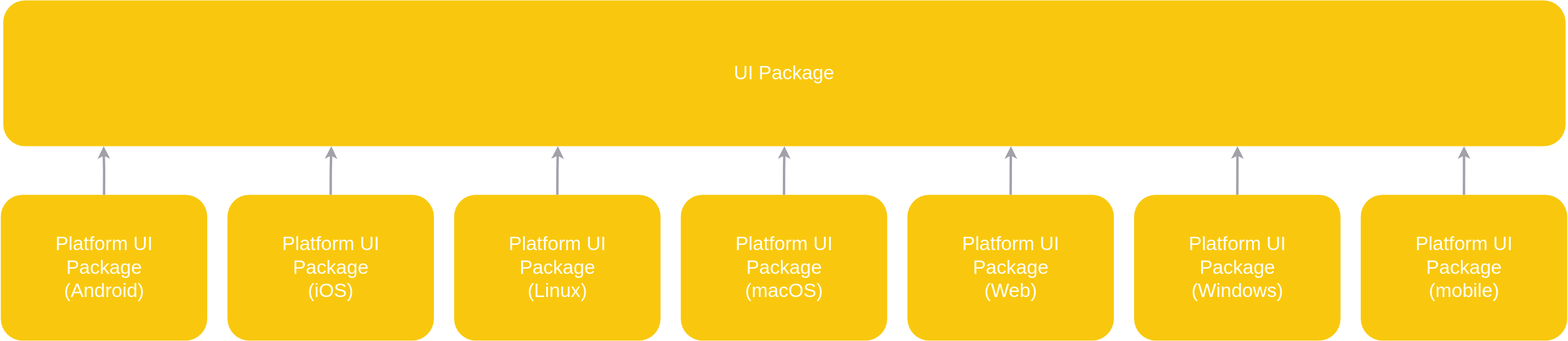
jtdLab/rapid keeps this draw.io diagram as docs/assets/ui_module_overview.svg. Above is the earlier version. Source tidied: cells renumbered, new cells last; positions are measured from the earlier drawing's top-left corner, leaving out a move shared by most shapes.
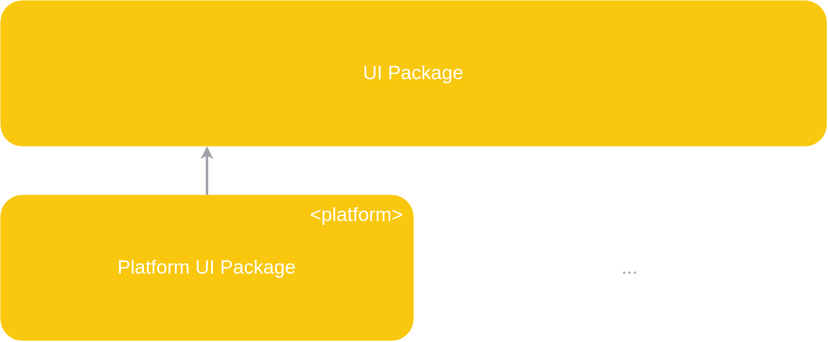
The same file after the commit.

The edit, as a diff of the source:
```diff
@@ -2,103 +2,32 @@
   <root>
     <mxCell id="0" />
     <mxCell id="1" parent="0" />
-    <mxCell id="2" style="group;" parent="1" vertex="1">
-      <mxGeometry width="1935" height="420" as="geometry" />
-    </mxCell>
-    <mxCell id="3" style="group;" parent="2" vertex="1">
-      <mxGeometry x="3" width="1930" height="180" as="geometry" />
-    </mxCell>
-    <mxCell id="4" style="rounded=1;whiteSpace=wrap;html=1;fillColor=#F9C80E;strokeColor=none;" parent="3" vertex="1">
-      <mxGeometry width="1930" height="180" as="geometry" />
-    </mxCell>
+    <mxCell id="34" style="group;" parent="1" vertex="1">
+      <mxGeometry x="43" y="580" width="1020" height="180" as="geometry" />
+    </mxCell>
+    <mxCell id="35" style="rounded=1;whiteSpace=wrap;html=1;fillColor=#F9C80E;strokeColor=none;" parent="34" vertex="1">
+      <mxGeometry width="1020" height="180" as="geometry" />
+    </mxCell>
-    <mxCell id="5" value="&lt;font color=&quot;#ffffff&quot; style=&quot;font-size: 24px;&quot;&gt;UI Package&lt;/font&gt;" style="text;html=1;strokeColor=none;fillColor=none;align=center;verticalAlign=middle;whiteSpace=wrap;rounded=0;" parent="3" vertex="1">
-      <mxGeometry x="652.8" y="75" width="624.4" height="30" as="geometry" />
+    <mxCell id="5" value="&lt;font color=&quot;#ffffff&quot; style=&quot;font-size: 24px;&quot;&gt;UI Package&lt;/font&gt;" style="text;html=1;strokeColor=none;fillColor=none;align=center;verticalAlign=middle;whiteSpace=wrap;rounded=0;" parent="34" vertex="1">
+      <mxGeometry x="345" y="75" width="330" height="30" as="geometry" />
     </mxCell>
-    <mxCell id="6" style="group;" parent="2" vertex="1">
-      <mxGeometry y="240" width="255" height="180" as="geometry" />
-    </mxCell>
-    <mxCell id="7" style="rounded=1;whiteSpace=wrap;html=1;fillColor=#F9C80E;strokeColor=none;" parent="6" vertex="1">
-      <mxGeometry width="255" height="180" as="geometry" />
-    </mxCell>
-    <mxCell id="8" value="&lt;font color=&quot;#ffffff&quot; style=&quot;font-size: 24px;&quot;&gt;Platform UI Package (Android)&lt;/font&gt;" style="text;html=1;strokeColor=none;fillColor=none;align=center;verticalAlign=middle;whiteSpace=wrap;rounded=0;" parent="6" vertex="1">
-      <mxGeometry x="55.6" y="75" width="143.8" height="30" as="geometry" />
-    </mxCell>
-    <mxCell id="9" style="group;" parent="2" vertex="1">
-      <mxGeometry x="280" y="240" width="255" height="180" as="geometry" />
-    </mxCell>
-    <mxCell id="10" style="rounded=1;whiteSpace=wrap;html=1;fillColor=#F9C80E;strokeColor=none;" parent="9" vertex="1">
-      <mxGeometry width="255" height="180" as="geometry" />
-    </mxCell>
-    <mxCell id="11" value="&lt;font color=&quot;#ffffff&quot; style=&quot;font-size: 24px;&quot;&gt;Platform UI Package (iOS)&lt;/font&gt;" style="text;html=1;strokeColor=none;fillColor=none;align=center;verticalAlign=middle;whiteSpace=wrap;rounded=0;" parent="9" vertex="1">
-      <mxGeometry x="55.6" y="75" width="143.8" height="30" as="geometry" />
-    </mxCell>
-    <mxCell id="12" style="group;" parent="2" vertex="1">
-      <mxGeometry x="560" y="240" width="255" height="180" as="geometry" />
-    </mxCell>
-    <mxCell id="13" style="rounded=1;whiteSpace=wrap;html=1;fillColor=#F9C80E;strokeColor=none;" parent="12" vertex="1">
-      <mxGeometry width="255" height="180" as="geometry" />
-    </mxCell>
-    <mxCell id="14" value="&lt;font color=&quot;#ffffff&quot; style=&quot;font-size: 24px;&quot;&gt;Platform UI Package (Linux)&lt;/font&gt;" style="text;html=1;strokeColor=none;fillColor=none;align=center;verticalAlign=middle;whiteSpace=wrap;rounded=0;" parent="12" vertex="1">
-      <mxGeometry x="55.6" y="75" width="143.8" height="30" as="geometry" />
-    </mxCell>
-    <mxCell id="15" style="group;" parent="2" vertex="1">
-      <mxGeometry x="840" y="240" width="255" height="180" as="geometry" />
-    </mxCell>
-    <mxCell id="16" style="rounded=1;whiteSpace=wrap;html=1;fillColor=#F9C80E;strokeColor=none;" parent="15" vertex="1">
-      <mxGeometry width="255" height="180" as="geometry" />
-    </mxCell>
-    <mxCell id="17" value="&lt;font color=&quot;#ffffff&quot; style=&quot;font-size: 24px;&quot;&gt;Platform UI Package (macOS)&lt;/font&gt;" style="text;html=1;strokeColor=none;fillColor=none;align=center;verticalAlign=middle;whiteSpace=wrap;rounded=0;" parent="15" vertex="1">
-      <mxGeometry x="55.6" y="75" width="143.8" height="30" as="geometry" />
-    </mxCell>
-    <mxCell id="18" style="group;" parent="2" vertex="1">
-      <mxGeometry x="1120" y="240" width="255" height="180" as="geometry" />
-    </mxCell>
-    <mxCell id="19" style="rounded=1;whiteSpace=wrap;html=1;fillColor=#F9C80E;strokeColor=none;" parent="18" vertex="1">
-      <mxGeometry width="255" height="180" as="geometry" />
-    </mxCell>
-    <mxCell id="20" value="&lt;font color=&quot;#ffffff&quot; style=&quot;font-size: 24px;&quot;&gt;Platform UI Package (Web)&lt;/font&gt;" style="text;html=1;strokeColor=none;fillColor=none;align=center;verticalAlign=middle;whiteSpace=wrap;rounded=0;" parent="18" vertex="1">
-      <mxGeometry x="55.6" y="75" width="143.8" height="30" as="geometry" />
-    </mxCell>
-    <mxCell id="21" style="group;" parent="2" vertex="1">
-      <mxGeometry x="1400" y="240" width="255" height="180" as="geometry" />
-    </mxCell>
-    <mxCell id="22" style="rounded=1;whiteSpace=wrap;html=1;fillColor=#F9C80E;strokeColor=none;" parent="21" vertex="1">
-      <mxGeometry width="255" height="180" as="geometry" />
-    </mxCell>
-    <mxCell id="23" value="&lt;font color=&quot;#ffffff&quot; style=&quot;font-size: 24px;&quot;&gt;Platform UI Package (Windows)&lt;/font&gt;" style="text;html=1;strokeColor=none;fillColor=none;align=center;verticalAlign=middle;whiteSpace=wrap;rounded=0;" parent="21" vertex="1">
-      <mxGeometry x="55.6" y="75" width="143.8" height="30" as="geometry" />
-    </mxCell>
-    <mxCell id="24" style="group;" parent="2" vertex="1">
-      <mxGeometry x="1680" y="240" width="255" height="180" as="geometry" />
-    </mxCell>
-    <mxCell id="25" style="rounded=1;whiteSpace=wrap;html=1;fillColor=#F9C80E;strokeColor=none;" parent="24" vertex="1">
-      <mxGeometry width="255" height="180" as="geometry" />
-    </mxCell>
-    <mxCell id="26" value="&lt;font color=&quot;#ffffff&quot; style=&quot;font-size: 24px;&quot;&gt;Platform UI Package (mobile)&lt;/font&gt;" style="text;html=1;strokeColor=none;fillColor=none;align=center;verticalAlign=middle;whiteSpace=wrap;rounded=0;" parent="24" vertex="1">
-      <mxGeometry x="55.6" y="75" width="143.8" height="30" as="geometry" />
-    </mxCell>
-    <mxCell id="27" style="edgeStyle=orthogonalEdgeStyle;rounded=0;jettySize=auto;html=1;exitX=0.5;exitY=0;exitDx=0;exitDy=0;strokeWidth=3;strokeColor=#A1A1AA;" parent="2" edge="1" source="7">
-      <mxGeometry relative="1" as="geometry">
-        <mxPoint x="127" y="180" as="targetPoint" />
-      </mxGeometry>
-    </mxCell>
-    <mxCell id="28" style="edgeStyle=orthogonalEdgeStyle;rounded=0;jettySize=auto;html=1;exitX=0.5;exitY=0;exitDx=0;exitDy=0;entryX=0.21;entryY=1;entryDx=0;entryDy=0;entryPerimeter=0;strokeWidth=3;strokeColor=#A1A1AA;" parent="2" edge="1" source="10" target="4">
-      <mxGeometry relative="1" as="geometry" />
-    </mxCell>
-    <mxCell id="29" style="edgeStyle=orthogonalEdgeStyle;rounded=0;jettySize=auto;html=1;exitX=0.5;exitY=0;exitDx=0;exitDy=0;entryX=0.355;entryY=1;entryDx=0;entryDy=0;entryPerimeter=0;strokeWidth=3;strokeColor=#A1A1AA;" parent="2" edge="1" source="13" target="4">
-      <mxGeometry relative="1" as="geometry" />
-    </mxCell>
-    <mxCell id="30" style="edgeStyle=orthogonalEdgeStyle;rounded=0;jettySize=auto;html=1;exitX=0.5;exitY=0;exitDx=0;exitDy=0;entryX=0.5;entryY=1;entryDx=0;entryDy=0;strokeWidth=3;strokeColor=#A1A1AA;" parent="2" edge="1" source="16" target="4">
-      <mxGeometry relative="1" as="geometry" />
-    </mxCell>
-    <mxCell id="31" style="edgeStyle=orthogonalEdgeStyle;rounded=0;jettySize=auto;html=1;exitX=0.5;exitY=0;exitDx=0;exitDy=0;entryX=0.79;entryY=1;entryDx=0;entryDy=0;entryPerimeter=0;strokeWidth=3;strokeColor=#A1A1AA;" parent="2" edge="1" source="22" target="4">
-      <mxGeometry relative="1" as="geometry" />
-    </mxCell>
-    <mxCell id="32" style="edgeStyle=orthogonalEdgeStyle;rounded=0;jettySize=auto;html=1;exitX=0.5;exitY=0;exitDx=0;exitDy=0;entryX=0.935;entryY=1;entryDx=0;entryDy=0;entryPerimeter=0;strokeWidth=3;strokeColor=#A1A1AA;" parent="2" edge="1" source="25" target="4">
-      <mxGeometry relative="1" as="geometry" />
-    </mxCell>
-    <mxCell id="33" style="edgeStyle=orthogonalEdgeStyle;rounded=0;jettySize=auto;html=1;exitX=0.5;exitY=0;exitDx=0;exitDy=0;entryX=0.645;entryY=1;entryDx=0;entryDy=0;entryPerimeter=0;strokeWidth=3;strokeColor=#A1A1AA;" parent="2" edge="1" source="19" target="4">
-      <mxGeometry relative="1" as="geometry" />
-    </mxCell>
+    <mxCell id="36" style="group;" parent="1" vertex="1">
+      <mxGeometry x="43" y="820" width="510" height="180" as="geometry" />
+    </mxCell>
+    <mxCell id="37" style="rounded=1;whiteSpace=wrap;html=1;fillColor=#F9C80E;strokeColor=none;" parent="36" vertex="1">
+      <mxGeometry width="510" height="180" as="geometry" />
+    </mxCell>
+    <mxCell id="38" value="&lt;font color=&quot;#ffffff&quot; style=&quot;font-size: 24px;&quot;&gt;Platform UI Package&lt;/font&gt;" style="text;html=1;strokeColor=none;fillColor=none;align=center;verticalAlign=middle;whiteSpace=wrap;rounded=0;" parent="36" vertex="1">
+      <mxGeometry x="111.3" y="75" width="287.5" height="30" as="geometry" />
+    </mxCell>
+    <mxCell id="39" value="&lt;font color=&quot;#ffffff&quot; style=&quot;font-size: 24px;&quot;&gt;&amp;lt;platform&amp;gt;&lt;/font&gt;" style="text;html=1;strokeColor=none;fillColor=none;align=center;verticalAlign=middle;whiteSpace=wrap;rounded=0;" parent="36" vertex="1">
+      <mxGeometry x="380" y="10" width="120" height="30" as="geometry" />
+    </mxCell>
+    <mxCell id="40" style="edgeStyle=orthogonalEdgeStyle;rounded=0;jettySize=auto;html=1;exitX=0.5;exitY=0;exitDx=0;exitDy=0;strokeWidth=3;strokeColor=#A1A1AA;entryX=0.25;entryY=1;entryDx=0;entryDy=0;" parent="1" edge="1" source="37" target="35">
+      <mxGeometry relative="1" as="geometry" />
+    </mxCell>
+    <mxCell id="41" value="&lt;font style=&quot;font-size: 24px;&quot; color=&quot;#a1a1aa&quot;&gt;...&lt;/font&gt;" style="text;html=1;strokeColor=none;fillColor=none;align=center;verticalAlign=middle;whiteSpace=wrap;rounded=0;" parent="1" vertex="1">
+      <mxGeometry x="790" y="895" width="60" height="30" as="geometry" />
+    </mxCell>
   </root>
 </mxGraphModel>
```
